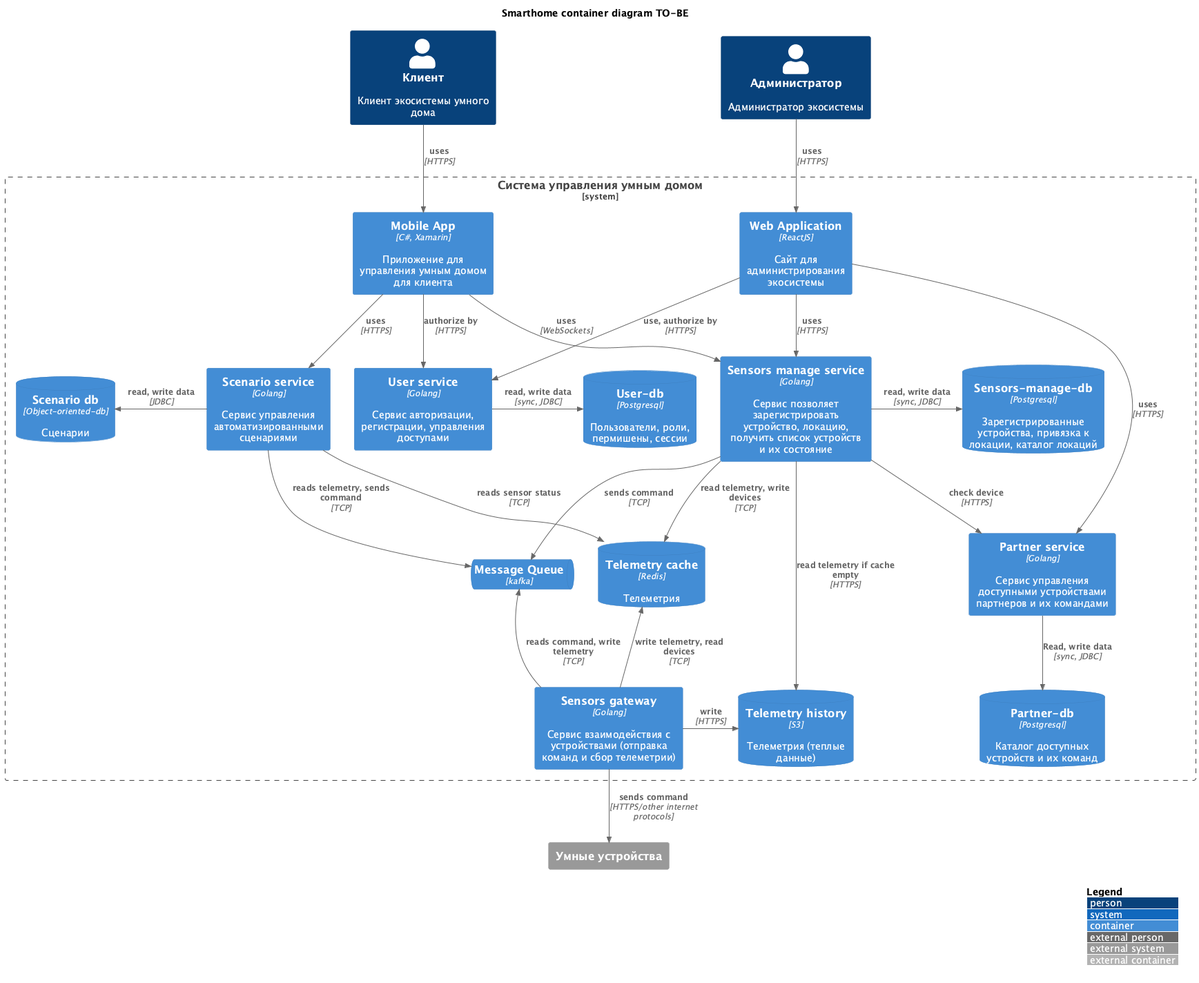
This is schemas/v1/container/Smart-home-container.png from annmozer116/warmhouse-golang, a PlantUML export, as it was before one commit. Its diagram source:
```plantuml
@startuml Smart-home-container
!include https://raw.githubusercontent.com/plantuml-stdlib/C4-PlantUML/master/C4_Container.puml

LAYOUT_WITH_LEGEND()

title Smarthome container diagram TO-BE

Person(user, "Клиент", "Клиент экосистемы умного дома")
Person(admin, "Администратор", "Администратор экосистемы")

System_Boundary(c1, "Система управления умным домом") {
    Container(admin_web_app, "Web Application", "ReactJS", "Сайт для администрирования экосистемы")
    Container(mobile_app, "Mobile App", "C#, Xamarin", "Приложение для управления умным домом для клиента")

    Container(user_service, "User service", "Golang", "Сервис авторизации, регистрации, управления доступами")
    ContainerDb(user_service_db, "User-db", "Postgresql", "Пользователи, роли, пермишены, сессии")

    Container(partner_service, "Partner service", "Golang", "Сервис управления доступными устройствами партнеров и их командами")
    ContainerDb(partner_service_db, "Partner-db", "Postgresql", "Каталог доступных устройств и их команд")

    Container(sensors_manage_service, "Sensors manage service", "Golang", "Сервис позволяет зарегистрировать устройство, локацию, получить список устройств и их состояние")
    ContainerDb(sensors_manage_service_db, "Sensors-manage-db", "Postgresql", "Зарегистрированные устройства, привязка к локации, каталог локаций")

    Container(sensors_gw_service, "Sensors gateway", "Golang", "Сервис взаимодействия с устройствами (отправка команд и сбор телеметрии)")
    ContainerDb(telemetry_cache, "Telemetry cache", "Redis", "Телеметрия")
    ContainerDb(telemetry_history, "Telemetry history", "S3", "Телеметрия (теплые данные)")

    ContainerQueue(smarthome_mq, "Message Queue", "kafka")

    Container(scenario_service, "Scenario service", "Golang", "Сервис управления автоматизированными сценариями")
    ContainerDb(scenario_service_db, "Scenario db", "Object-oriented-db", "Сценарии")

}
System_Ext(sensor, "Умные устройства")

Rel(user, mobile_app, "uses", "HTTPS")
Rel(admin, admin_web_app, "uses", "HTTPS")

Rel_R(mobile_app,user_service, "authorize by", "HTTPS")
Rel(admin_web_app,user_service, "use, authorize by", "HTTPS")
Rel(admin_web_app,sensors_manage_service, "uses", "HTTPS")
Rel_Neighbor(user_service,user_service_db, "read, write data", "sync, JDBC")

Rel(admin_web_app, partner_service, "uses", "HTTPS")
Rel(partner_service, partner_service_db, "Read, write data", "sync, JDBC")

Rel(mobile_app, sensors_manage_service, "uses", "WebSockets")
Rel_Neighbor(sensors_manage_service, sensors_manage_service_db, "read, write data", "sync, JDBC")

Rel(sensors_manage_service, smarthome_mq, "sends command", "TCP")
Rel_U(sensors_gw_service, smarthome_mq, "reads command, write telemetry", "TCP")

Rel(sensors_manage_service, partner_service, "check device", "HTTPS")
Rel(sensors_manage_service, telemetry_cache, "read telemetry, write devices", "TCP")
Rel(sensors_manage_service, telemetry_history, "read telemetry if cache empty", "HTTPS")

Rel(sensors_gw_service, sensor, "sends command", "HTTPS/other internet protocols")
Rel_U(sensors_gw_service, telemetry_cache, "write telemetry, read devices", "TCP")
Rel_Neighbor(sensors_gw_service, telemetry_history, "write", "HTTPS")

Rel(mobile_app, scenario_service, "uses", "HTTPS")
Rel_L(scenario_service, scenario_service_db, "read, write data", "JDBC")
Rel(scenario_service, smarthome_mq, "reads telemetry, sends command", "TCP")
Rel(scenario_service, telemetry_cache, "reads sensor status", "TCP")






@enduml
```
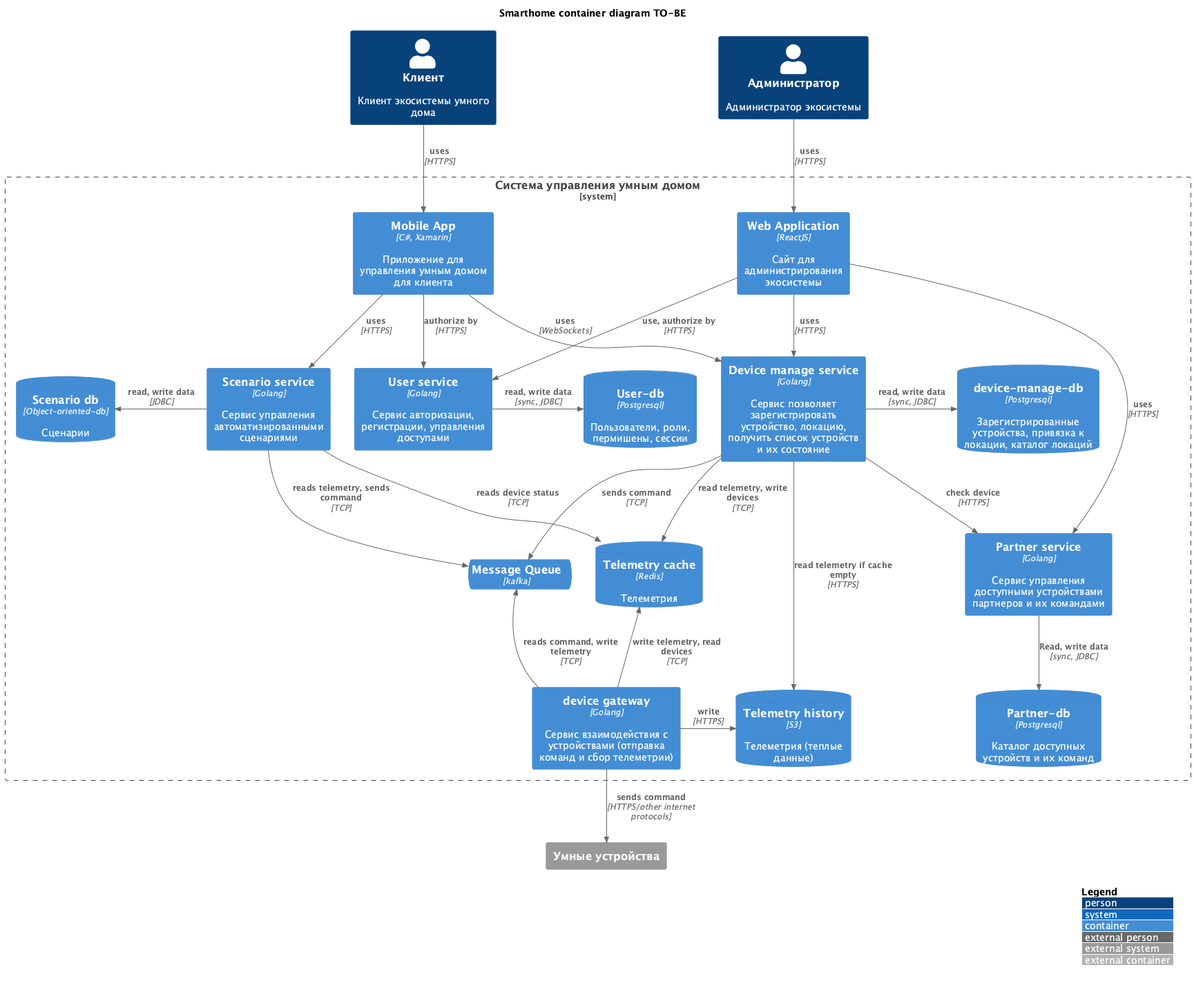
The same diagram one commit later.

Change to the diagram source:
```diff
@@ -18,10 +18,10 @@
     Container(partner_service, "Partner service", "Golang", "Сервис управления доступными устройствами партнеров и их командами")
     ContainerDb(partner_service_db, "Partner-db", "Postgresql", "Каталог доступных устройств и их команд")
 
-    Container(sensors_manage_service, "Sensors manage service", "Golang", "Сервис позволяет зарегистрировать устройство, локацию, получить список устройств и их состояние")
-    ContainerDb(sensors_manage_service_db, "Sensors-manage-db", "Postgresql", "Зарегистрированные устройства, привязка к локации, каталог локаций")
+    Container(device_manage_service, "Device manage service", "Golang", "Сервис позволяет зарегистрировать устройство, локацию, получить список устройств и их состояние")
+    ContainerDb(device_manage_service_db, "device-manage-db", "Postgresql", "Зарегистрированные устройства, привязка к локации, каталог локаций")
 
-    Container(sensors_gw_service, "Sensors gateway", "Golang", "Сервис взаимодействия с устройствами (отправка команд и сбор телеметрии)")
+    Container(device_gw_service, "device gateway", "Golang", "Сервис взаимодействия с устройствами (отправка команд и сбор телеметрии)")
     ContainerDb(telemetry_cache, "Telemetry cache", "Redis", "Телеметрия")
     ContainerDb(telemetry_history, "Telemetry history", "S3", "Телеметрия (теплые данные)")
 
@@ -31,37 +31,37 @@
     ContainerDb(scenario_service_db, "Scenario db", "Object-oriented-db", "Сценарии")
 
 }
-System_Ext(sensor, "Умные устройства")
+System_Ext(device, "Умные устройства")
 
 Rel(user, mobile_app, "uses", "HTTPS")
 Rel(admin, admin_web_app, "uses", "HTTPS")
 
 Rel_R(mobile_app,user_service, "authorize by", "HTTPS")
 Rel(admin_web_app,user_service, "use, authorize by", "HTTPS")
-Rel(admin_web_app,sensors_manage_service, "uses", "HTTPS")
+Rel(admin_web_app,device_manage_service, "uses", "HTTPS")
 Rel_Neighbor(user_service,user_service_db, "read, write data", "sync, JDBC")
 
 Rel(admin_web_app, partner_service, "uses", "HTTPS")
 Rel(partner_service, partner_service_db, "Read, write data", "sync, JDBC")
 
-Rel(mobile_app, sensors_manage_service, "uses", "WebSockets")
-Rel_Neighbor(sensors_manage_service, sensors_manage_service_db, "read, write data", "sync, JDBC")
+Rel(mobile_app, device_manage_service, "uses", "WebSockets")
+Rel_Neighbor(device_manage_service, device_manage_service_db, "read, write data", "sync, JDBC")
 
-Rel(sensors_manage_service, smarthome_mq, "sends command", "TCP")
-Rel_U(sensors_gw_service, smarthome_mq, "reads command, write telemetry", "TCP")
+Rel(device_manage_service, smarthome_mq, "sends command", "TCP")
+Rel_U(device_gw_service, smarthome_mq, "reads command, write telemetry", "TCP")
 
-Rel(sensors_manage_service, partner_service, "check device", "HTTPS")
-Rel(sensors_manage_service, telemetry_cache, "read telemetry, write devices", "TCP")
-Rel(sensors_manage_service, telemetry_history, "read telemetry if cache empty", "HTTPS")
+Rel(device_manage_service, partner_service, "check device", "HTTPS")
+Rel(device_manage_service, telemetry_cache, "read telemetry, write devices", "TCP")
+Rel(device_manage_service, telemetry_history, "read telemetry if cache empty", "HTTPS")
 
-Rel(sensors_gw_service, sensor, "sends command", "HTTPS/other internet protocols")
-Rel_U(sensors_gw_service, telemetry_cache, "write telemetry, read devices", "TCP")
-Rel_Neighbor(sensors_gw_service, telemetry_history, "write", "HTTPS")
+Rel(device_gw_service, device, "sends command", "HTTPS/other internet protocols")
+Rel_U(device_gw_service, telemetry_cache, "write telemetry, read devices", "TCP")
+Rel_Neighbor(device_gw_service, telemetry_history, "write", "HTTPS")
 
 Rel(mobile_app, scenario_service, "uses", "HTTPS")
 Rel_L(scenario_service, scenario_service_db, "read, write data", "JDBC")
 Rel(scenario_service, smarthome_mq, "reads telemetry, sends command", "TCP")
-Rel(scenario_service, telemetry_cache, "reads sensor status", "TCP")
+Rel(scenario_service, telemetry_cache, "reads device status", "TCP")
 
 
 
```
